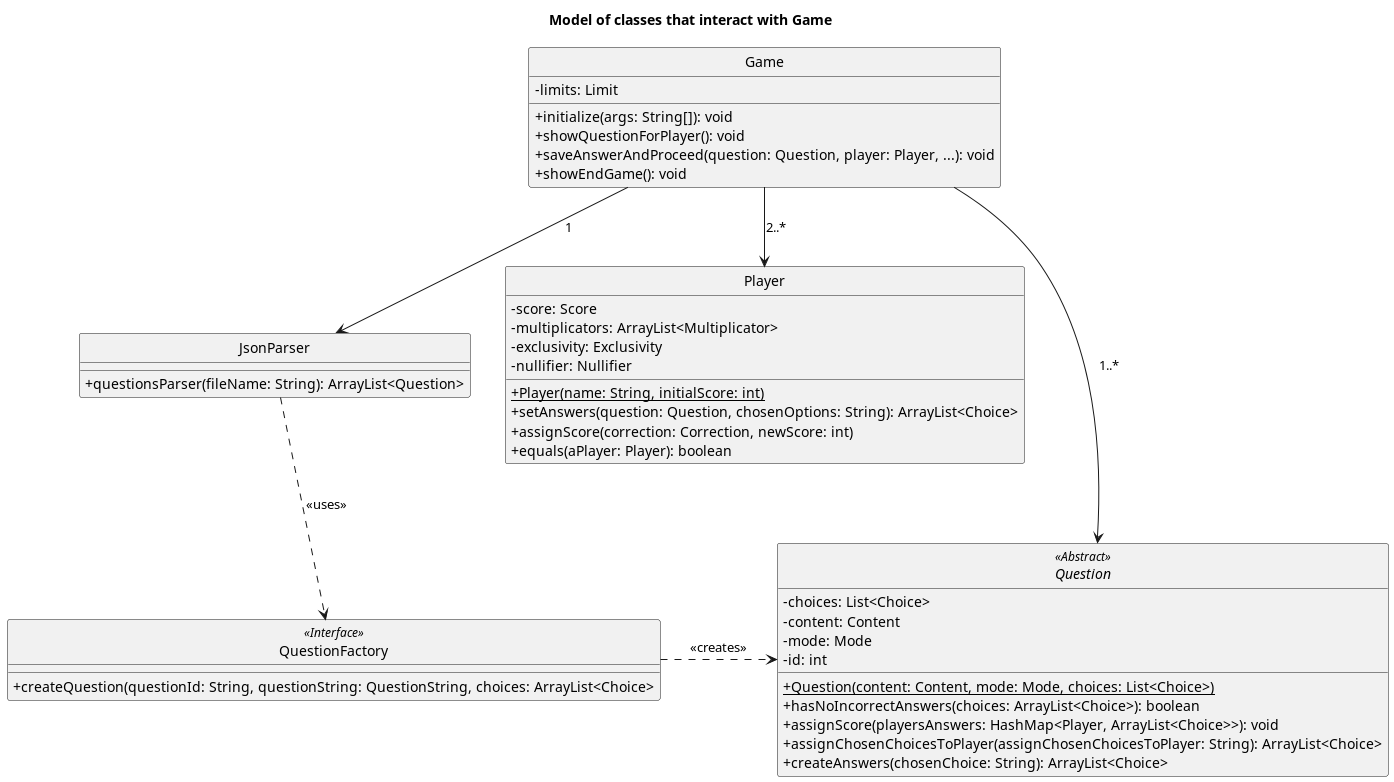
Earlier version of the PlantUML export UML files/ClassDiagramGameInteractionsModel.png (agpelliciari/TP2-Algo-III).
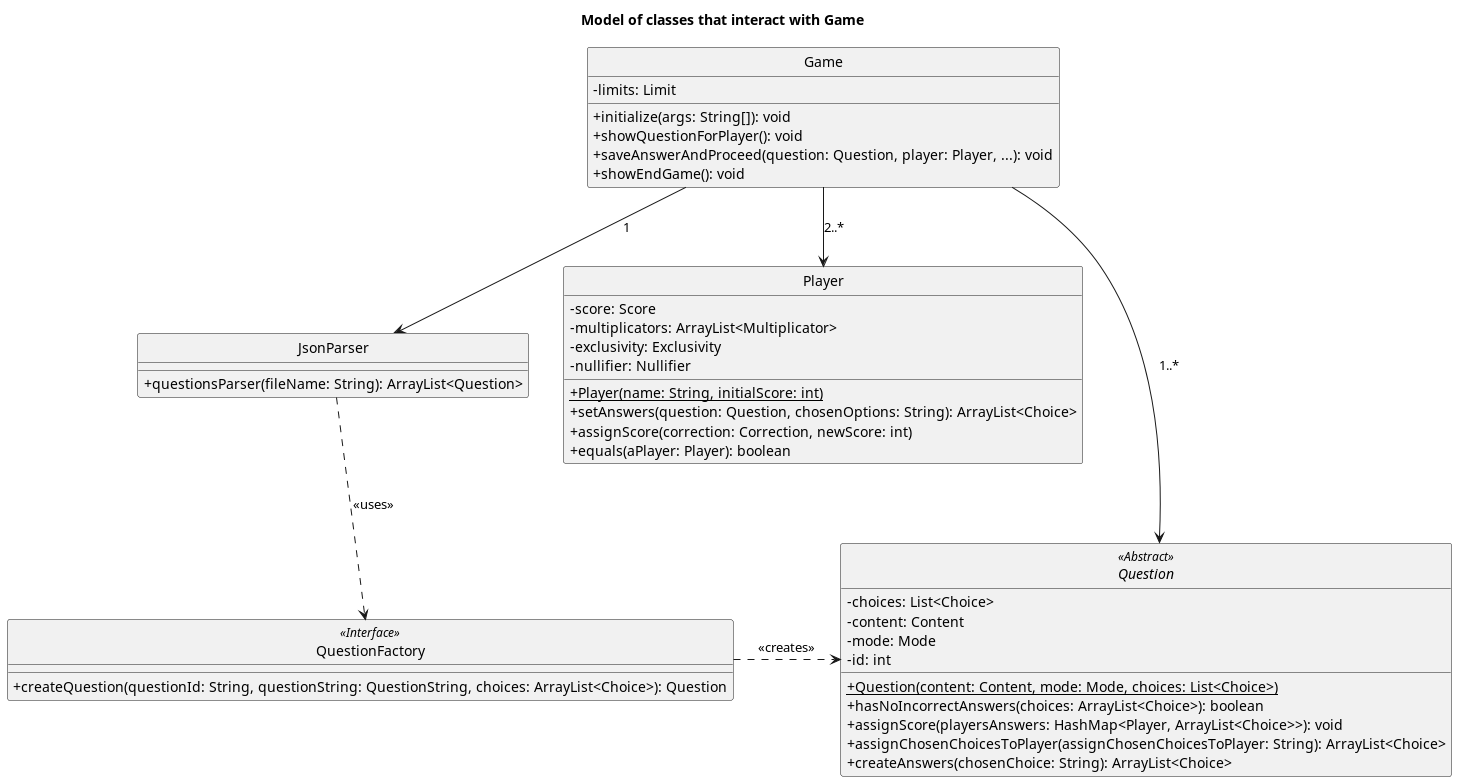
Above is the later version.

Commit message:
#74 'Game' class diagram fixes and other minor fix

The edit, as a diff of the source:
```diff
@@ -42,7 +42,7 @@
 }
 
 class QuestionFactory{
-+createQuestion(questionId: String, questionString: QuestionString, choices: ArrayList<Choice>
++createQuestion(questionId: String, questionString: QuestionString, choices: ArrayList<Choice>): Question
 }
 
 Game --> Question:1..*
```
